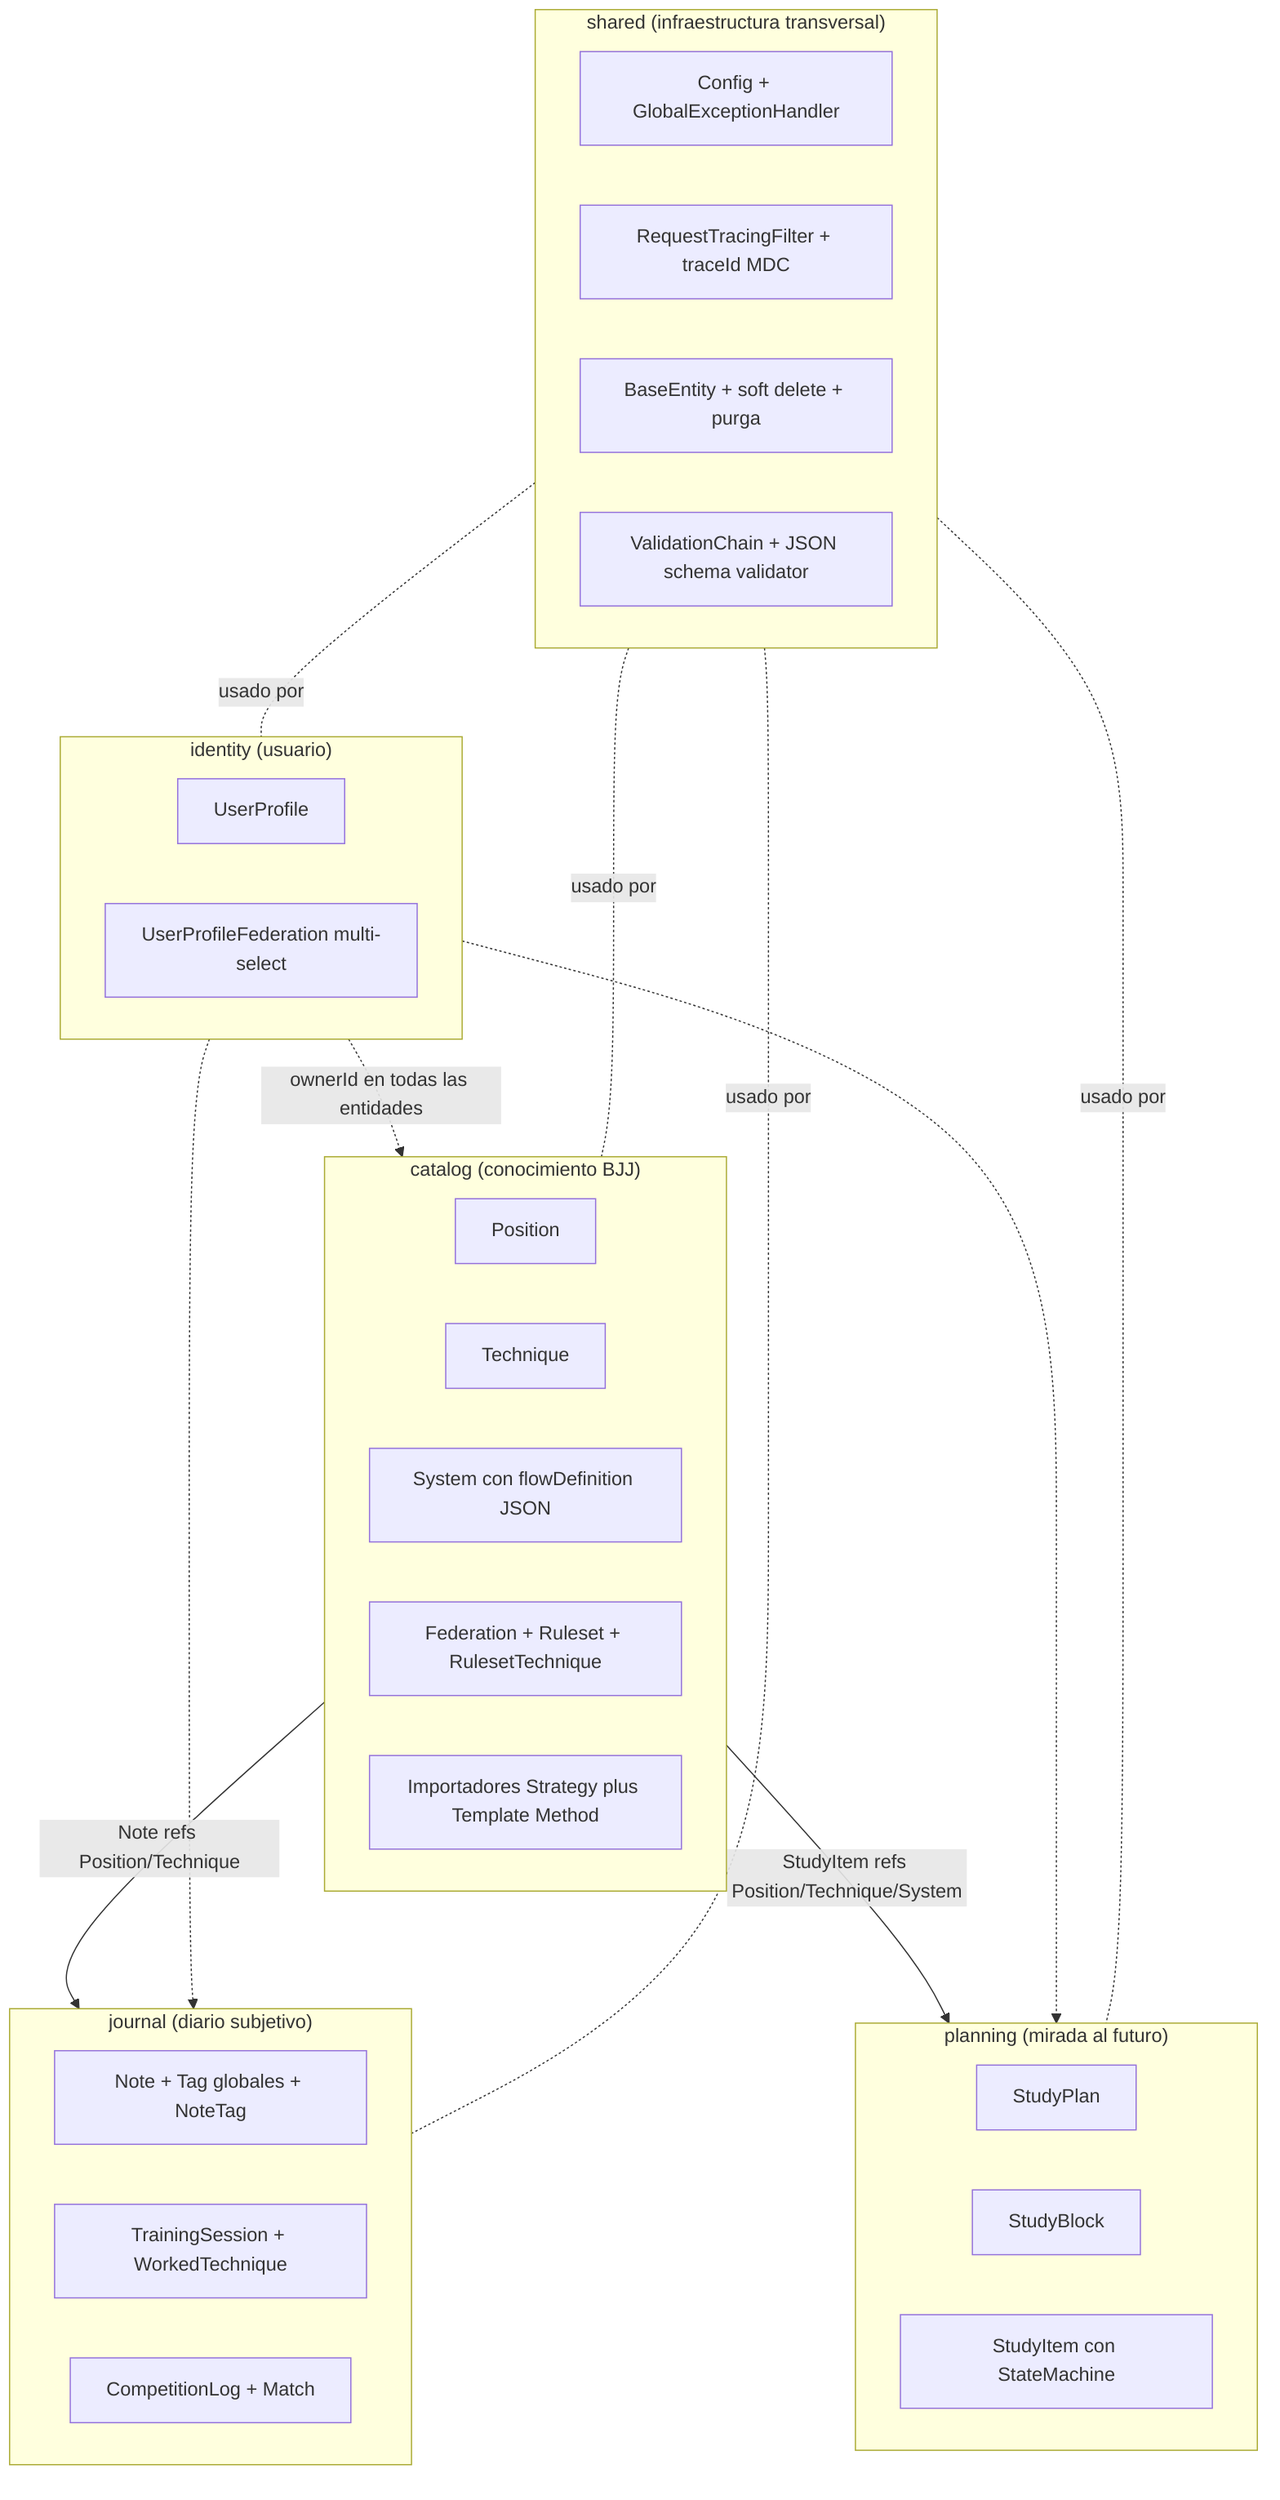
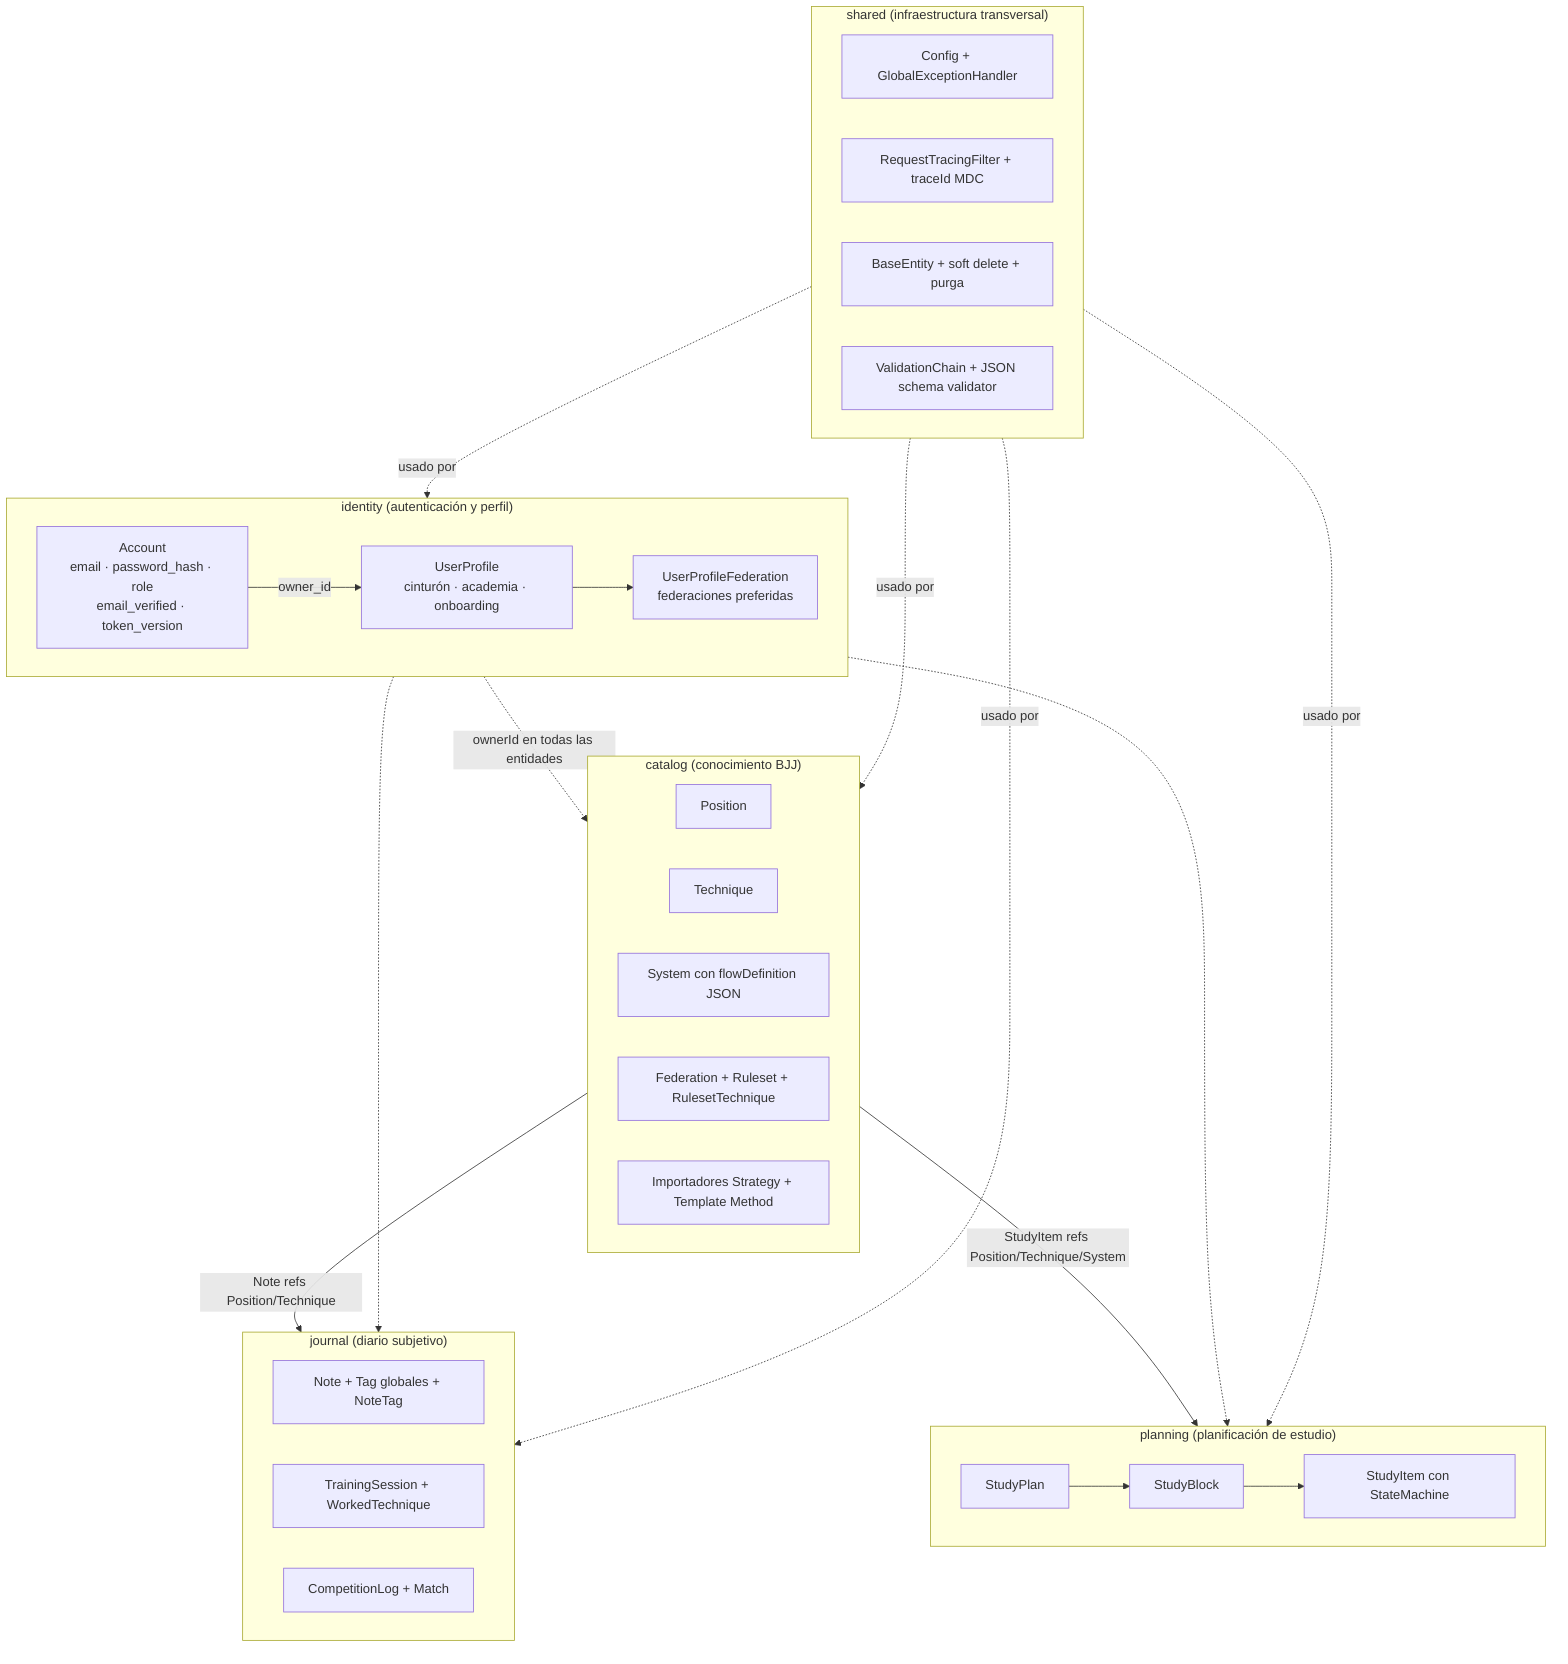
flowchart TB
    subgraph Shared["shared (infraestructura transversal)"]
        Config[Config + GlobalExceptionHandler]
        Trace[RequestTracingFilter + traceId MDC]
        Base[BaseEntity + soft delete + purga]
        Validation[ValidationChain + JSON schema validator]
    end

+     subgraph Identity["identity (autenticación y perfil)"]
+         Account[Account<br/>email · password_hash · role<br/>email_verified · token_version]
+         UserProfile[UserProfile<br/>cinturón · academia · onboarding]
+         UserFed[UserProfileFederation<br/>federaciones preferidas]
+         Account -->|owner_id| UserProfile
+         UserProfile --> UserFed
+     end
+ 
    subgraph Catalog["catalog (conocimiento BJJ)"]
        Position[Position]
        Technique[Technique]
        System[System con flowDefinition JSON]
        Federation[Federation + Ruleset + RulesetTechnique]
-         Importers[Importadores Strategy plus Template Method]
-     end
- 
-     subgraph Identity["identity (usuario)"]
-         UserProfile[UserProfile]
-         UserFed[UserProfileFederation multi-select]
+         Importers[Importadores Strategy + Template Method]
    end

    subgraph Journal["journal (diario subjetivo)"]
        Note[Note + Tag globales + NoteTag]
        Training[TrainingSession + WorkedTechnique]
        Competition[CompetitionLog + Match]
    end

-     subgraph Planning["planning (mirada al futuro)"]
+     subgraph Planning["planning (planificación de estudio)"]
        StudyPlan[StudyPlan]
        StudyBlock[StudyBlock]
        StudyItem[StudyItem con StateMachine]
+         StudyPlan --> StudyBlock --> StudyItem
    end

    Catalog -->|Note refs Position/Technique| Journal
    Catalog -->|StudyItem refs Position/Technique/System| Planning
    Identity -.->|ownerId en todas las entidades| Catalog
    Identity -.-> Journal
    Identity -.-> Planning

-     Shared -.usado por.- Catalog
-     Shared -.usado por.- Journal
-     Shared -.usado por.- Planning
-     Shared -.usado por.- Identity
- 
-     classDef ctx fill:#1e293b,stroke:#475569,color:#f1f5f9
-     classDef shared fill:#374151,stroke:#6b7280,color:#f9fafb
+     Shared -.->|usado por| Catalog
+     Shared -.->|usado por| Journal
+     Shared -.->|usado por| Planning
+     Shared -.->|usado por| Identity
